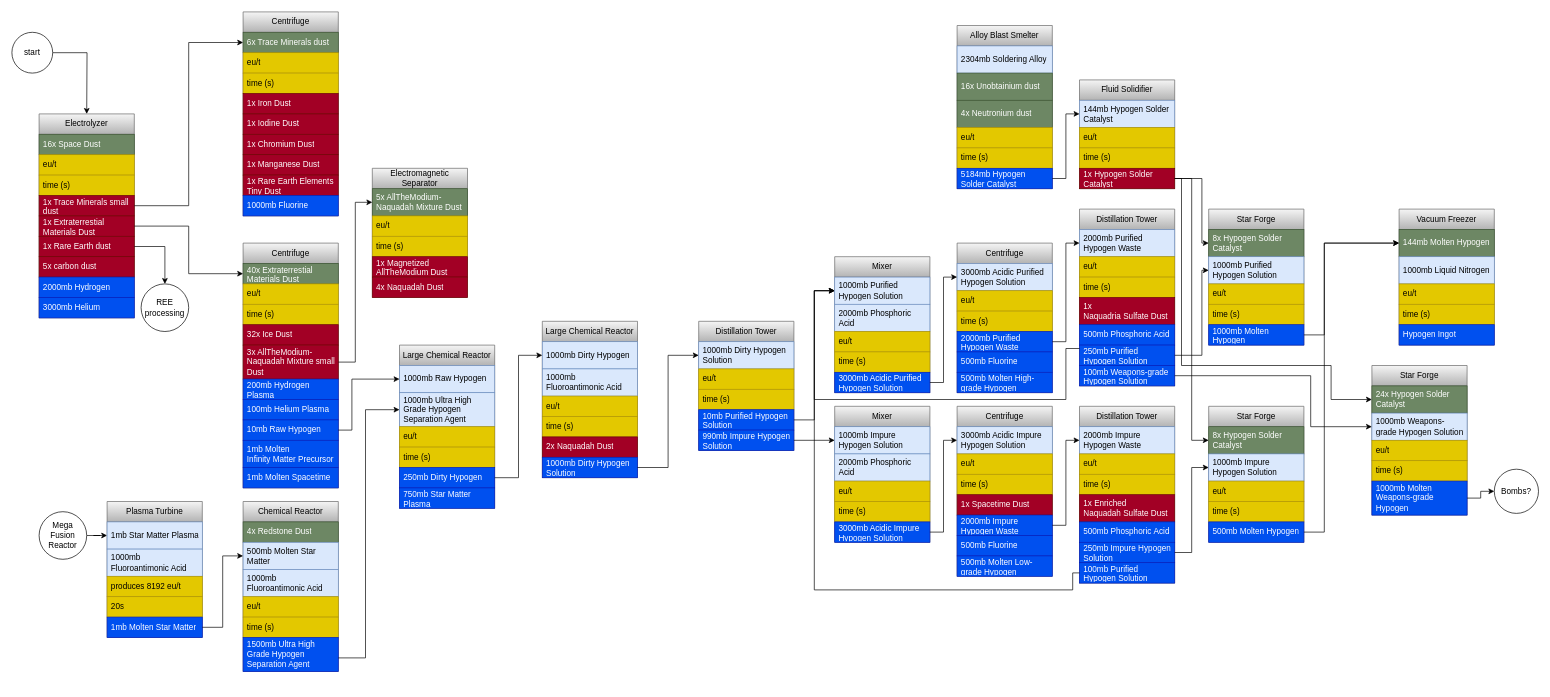
This is space_dust.drawio from screret/Gravitas2, a draw.io file, before an edit. Source tidied: cells renumbered, new cells numbered last; positions are measured from the earlier drawing's top-left corner, leaving out a move shared by most shapes. Both pictures are drawn from the tidied source at 68%, with x=0, y=0 at pixel (12, 12).
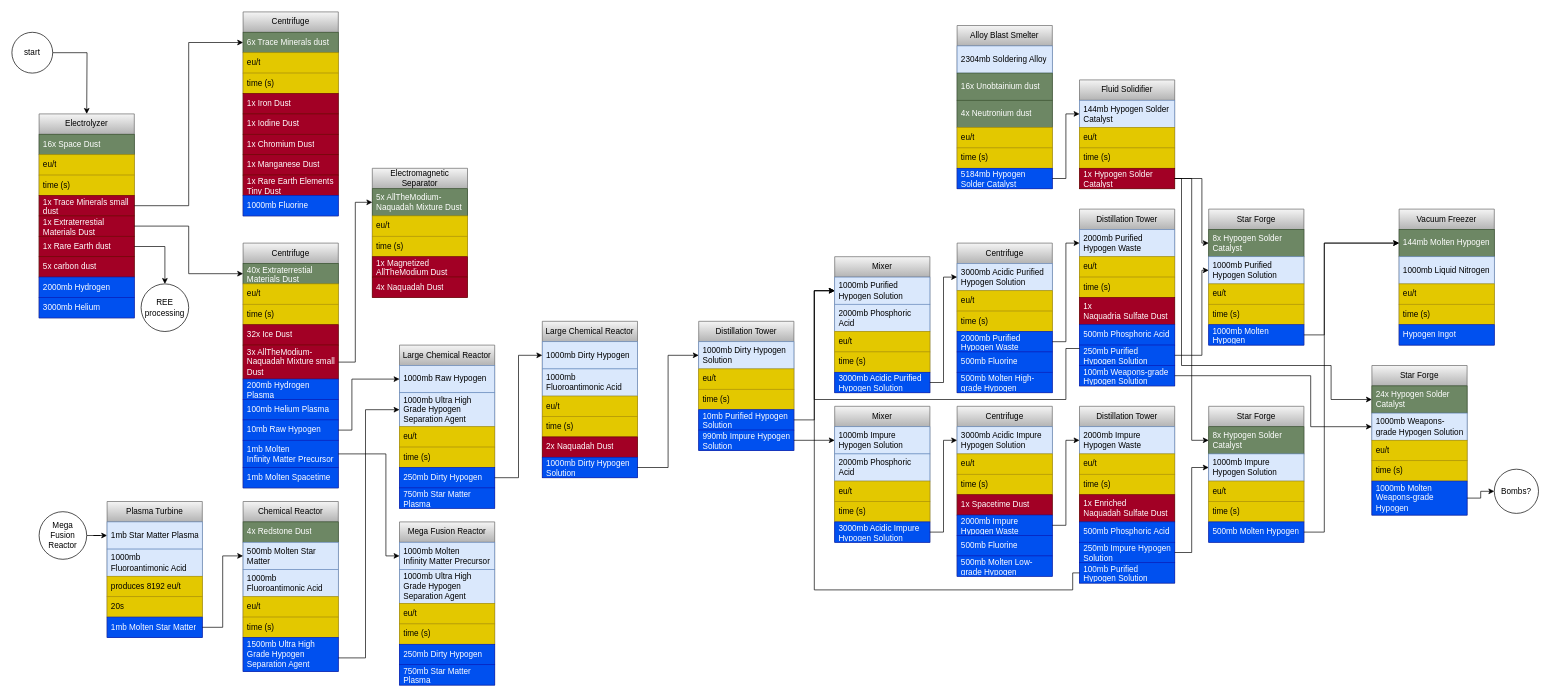
The same diagram, later.

The change refers to these unchanged cells:
```xml
<mxCell id="36" value="1mb Molten Infinity&amp;nbsp;Matter Precursor" style="text;strokeColor=#001DBC;fillColor=#0050ef;align=left;verticalAlign=middle;spacingLeft=4;spacingRight=4;overflow=hidden;points=[[0,0.5],[1,0.5]];portConstraint=eastwest;whiteSpace=wrap;html=1;fontColor=#ffffff;" parent="27" vertex="1">
  <mxGeometry y="290" width="140" height="40" as="geometry" />
</mxCell>
```

Diff of the diagram source:
```diff
@@
+    <mxCell id="184" value="Mega Fusion Reactor" style="swimlane;fontStyle=0;horizontal=1;startSize=30;whiteSpace=wrap;html=1;fillColor=#f5f5f5;gradientColor=#b3b3b3;strokeColor=#666666;" parent="1" vertex="1">
+      <mxGeometry x="570" y="750" width="140" height="240" as="geometry" />
+    </mxCell>
+    <mxCell id="185" value="1000mb Molten Infinity&amp;nbsp;Matter Precursor" style="text;strokeColor=#6c8ebf;fillColor=#dae8fc;align=left;verticalAlign=middle;spacingLeft=4;spacingRight=4;overflow=hidden;points=[[0,0.5],[1,0.5]];portConstraint=eastwest;whiteSpace=wrap;html=1;" parent="184" vertex="1">
+      <mxGeometry y="30" width="140" height="40" as="geometry" />
+    </mxCell>
+    <mxCell id="186" value="1000mb Ultra High Grade Hypogen Separation Agent" style="text;strokeColor=#6c8ebf;fillColor=#dae8fc;align=left;verticalAlign=middle;spacingLeft=4;spacingRight=4;overflow=hidden;whiteSpace=wrap;html=1;" parent="184" vertex="1">
+      <mxGeometry y="70" width="140" height="50" as="geometry" />
+    </mxCell>
+    <mxCell id="187" value="eu/t" style="text;strokeColor=#B09500;fillColor=#e3c800;align=left;verticalAlign=middle;spacingLeft=4;spacingRight=4;overflow=hidden;whiteSpace=wrap;html=1;fontColor=#000000;" parent="184" vertex="1">
+      <mxGeometry y="120" width="140" height="30" as="geometry" />
+    </mxCell>
+    <mxCell id="188" value="time (s)" style="text;strokeColor=#B09500;fillColor=#e3c800;align=left;verticalAlign=middle;spacingLeft=4;spacingRight=4;overflow=hidden;whiteSpace=wrap;html=1;fontColor=#000000;" parent="184" vertex="1">
+      <mxGeometry y="150" width="140" height="30" as="geometry" />
+    </mxCell>
+    <mxCell id="189" value="250mb Dirty Hypogen" style="text;strokeColor=#001DBC;fillColor=#0050ef;align=left;verticalAlign=middle;spacingLeft=4;spacingRight=4;overflow=hidden;whiteSpace=wrap;html=1;fontColor=#ffffff;" parent="184" vertex="1">
+      <mxGeometry y="180" width="140" height="30" as="geometry" />
+    </mxCell>
+    <mxCell id="190" value="750mb Star Matter Plasma" style="text;strokeColor=#001DBC;fillColor=#0050ef;align=left;verticalAlign=middle;spacingLeft=4;spacingRight=4;overflow=hidden;whiteSpace=wrap;html=1;fontColor=#ffffff;" parent="184" vertex="1">
+      <mxGeometry y="210" width="140" height="30" as="geometry" />
+    </mxCell>
+    <mxCell id="191" style="edgeStyle=orthogonalEdgeStyle;rounded=0;jettySize=auto;html=1;entryX=0;entryY=0.5;entryDx=0;entryDy=0;" parent="1" edge="1" source="36" target="185">
+      <mxGeometry relative="1" as="geometry">
+        <Array as="points">
+          <mxPoint x="550" y="650" />
+          <mxPoint x="550" y="800" />
+        </Array>
+      </mxGeometry>
+    </mxCell>
```
